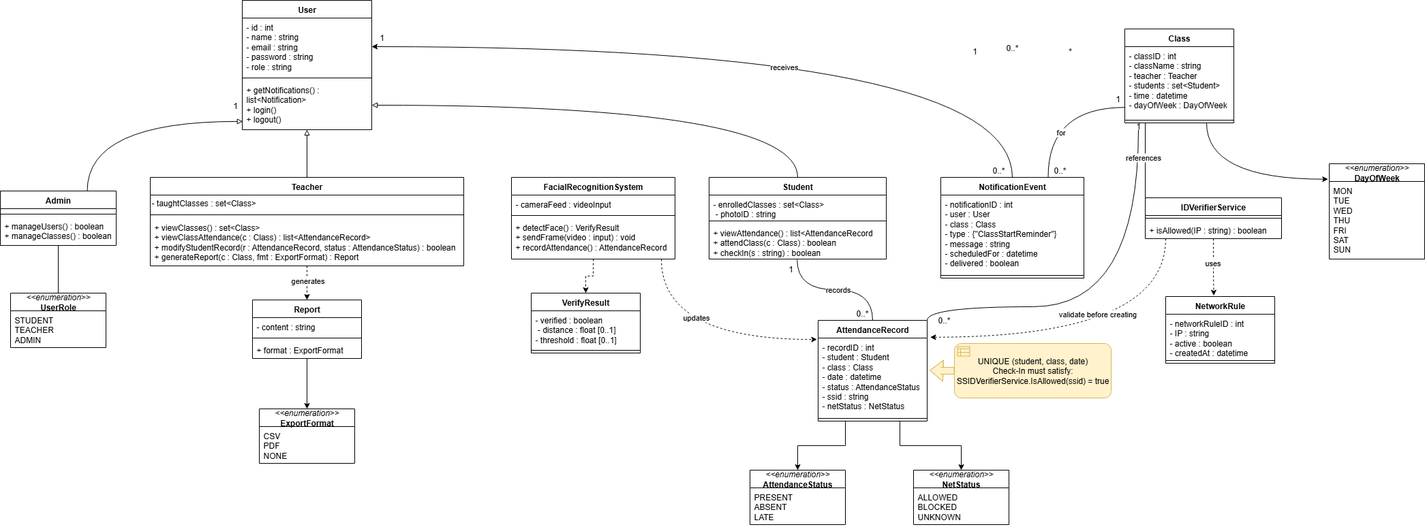
The draw.io diagram Revised Documentation For Implementation Phase/FRAS-ClassDiagram.png in bstep0/FRAS, before a commit. Source tidied: cells renumbered, new cells last; positions are measured from the earlier drawing's top-left corner, leaving out a move shared by most shapes.
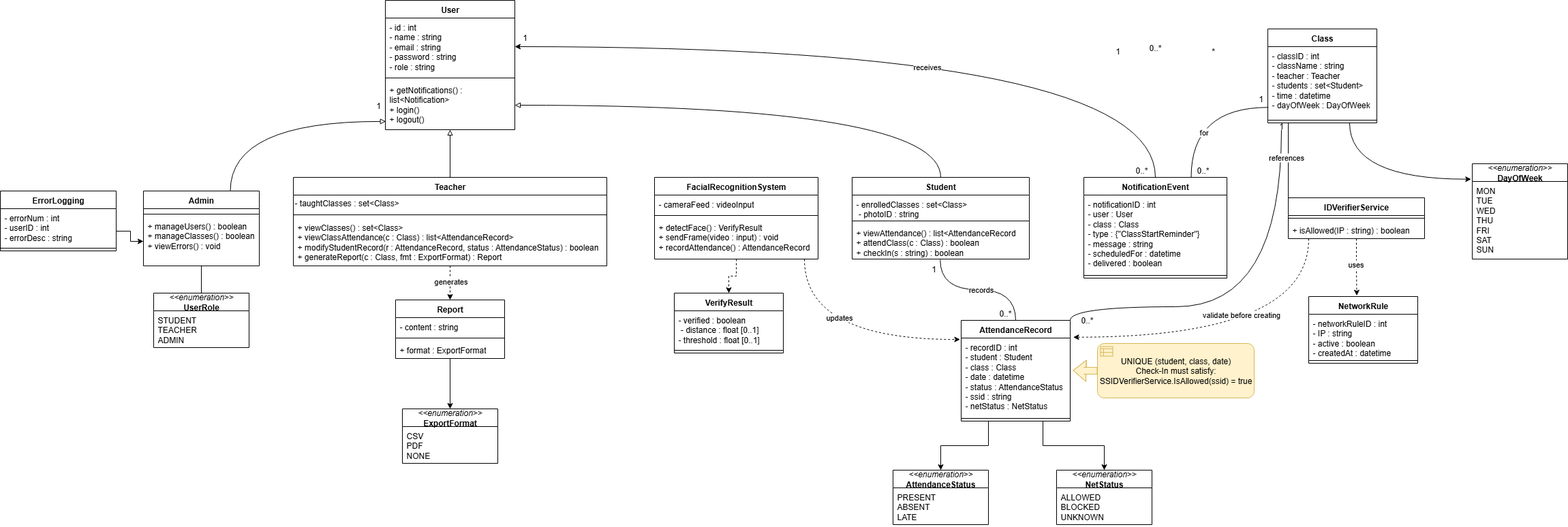
The same file after the commit.

Commit message:
revised class diagram - error logging

Diff of the diagram source:
```diff
@@ -18,7 +18,7 @@
       <mxGeometry relative="1" as="geometry" />
     </mxCell>
     <mxCell id="7" value="Admin" style="swimlane;fontStyle=1;align=center;verticalAlign=top;horizontal=1;startSize=26;whiteSpace=wrap;html=1;" parent="1" vertex="1">
-      <mxGeometry y="280" width="170" height="80" as="geometry" />
+      <mxGeometry y="280" width="170" height="110" as="geometry" />
     </mxCell>
     <mxCell id="8" value="- manageUsers() : boolean&lt;div&gt;- manageClasses() : boolean&lt;/div&gt;" style="text;strokeColor=none;fillColor=none;align=left;verticalAlign=top;spacingLeft=4;spacingRight=4;overflow=hidden;whiteSpace=wrap;html=1;" parent="7" vertex="1">
       <mxGeometry y="26" width="170" height="4" as="geometry" />
@@ -26,8 +26,8 @@
     <mxCell id="9" style="line;strokeWidth=1;fillColor=none;align=left;verticalAlign=middle;spacingTop=-1;spacingLeft=3;spacingRight=3;labelPosition=right;strokeColor=inherit;" parent="7" vertex="1">
       <mxGeometry y="30" width="170" height="8" as="geometry" />
     </mxCell>
-    <mxCell id="10" value="+ manageUsers() : boolean&lt;div&gt;+ manageClasses() : boolean&lt;/div&gt;" style="text;strokeColor=none;fillColor=none;align=left;verticalAlign=top;spacingLeft=4;spacingRight=4;overflow=hidden;points=[[0,0.5],[1,0.5]];portConstraint=eastwest;whiteSpace=wrap;html=1;" parent="7" vertex="1">
-      <mxGeometry y="38" width="170" height="42" as="geometry" />
+    <mxCell id="10" value="+ manageUsers() : boolean&lt;div&gt;+ manageClasses() : boolean&lt;/div&gt;&lt;div&gt;+ viewErrors() : void&lt;/div&gt;" style="text;strokeColor=none;fillColor=none;align=left;verticalAlign=top;spacingLeft=4;spacingRight=4;overflow=hidden;points=[[0,0.5],[1,0.5]];portConstraint=eastwest;whiteSpace=wrap;html=1;" parent="7" vertex="1">
+      <mxGeometry y="38" width="170" height="72" as="geometry" />
     </mxCell>
     <mxCell id="11" style="edgeStyle=orthogonalEdgeStyle;rounded=0;jettySize=auto;html=1;entryX=0.5;entryY=0;entryDx=0;entryDy=0;dashed=1;" parent="1" edge="1" source="13" target="18">
       <mxGeometry relative="1" as="geometry" />
@@ -298,5 +298,19 @@
     <mxCell id="93" value="1" style="text;strokeColor=none;align=center;fillColor=none;html=1;verticalAlign=middle;whiteSpace=wrap;rounded=0;" parent="1" vertex="1">
       <mxGeometry x="1660" y="180" width="20" height="10" as="geometry" />
     </mxCell>
+    <mxCell id="94" value="ErrorLogging" style="swimlane;fontStyle=1;align=center;verticalAlign=top;horizontal=1;startSize=26;whiteSpace=wrap;html=1;" parent="1" vertex="1">
+      <mxGeometry x="-210" y="280" width="170" height="88" as="geometry" />
+    </mxCell>
+    <mxCell id="95" value="- errorNum : int&lt;div&gt;&lt;span style=&quot;background-color: transparent; color: light-dark(rgb(0, 0, 0), rgb(255, 255, 255));&quot;&gt;- userID : int&lt;/span&gt;&lt;/div&gt;&lt;div&gt;&lt;span style=&quot;background-color: transparent; color: light-dark(rgb(0, 0, 0), rgb(255, 255, 255));&quot;&gt;- errorDesc : string&lt;/span&gt;&lt;/div&gt;" style="text;strokeColor=none;fillColor=none;align=left;verticalAlign=top;spacingLeft=4;spacingRight=4;overflow=hidden;whiteSpace=wrap;html=1;" parent="94" vertex="1">
+      <mxGeometry y="26" width="170" height="54" as="geometry" />
+    </mxCell>
+    <mxCell id="96" style="line;strokeWidth=1;fillColor=none;align=left;verticalAlign=middle;spacingTop=-1;spacingLeft=3;spacingRight=3;labelPosition=right;strokeColor=inherit;" parent="94" vertex="1">
+      <mxGeometry y="80" width="170" height="8" as="geometry" />
+    </mxCell>
+    <mxCell id="97" style="edgeStyle=orthogonalEdgeStyle;rounded=0;jettySize=auto;html=1;" parent="1" edge="1" target="10">
+      <mxGeometry relative="1" as="geometry">
+        <mxPoint x="-40" y="339" as="sourcePoint" />
+      </mxGeometry>
+    </mxCell>
   </root>
 </mxGraphModel>
```
